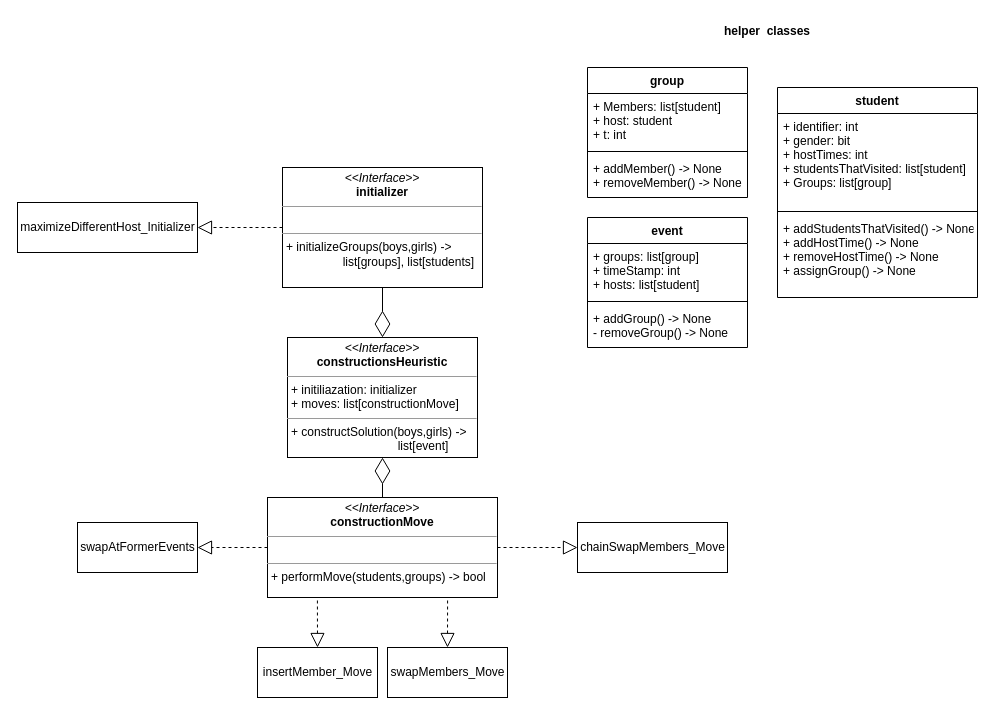
Alexkolby99/DiningWithFriends_Heuristic keeps this draw.io diagram as overview.drawio. Above is the earlier version. Source tidied: cells renumbered, new cells numbered last; positions are measured from the earlier drawing's top-left corner, leaving out a move shared by most shapes. Both pictures are drawn from the tidied source at 100%, with x=0, y=0 at pixel (17, 17).
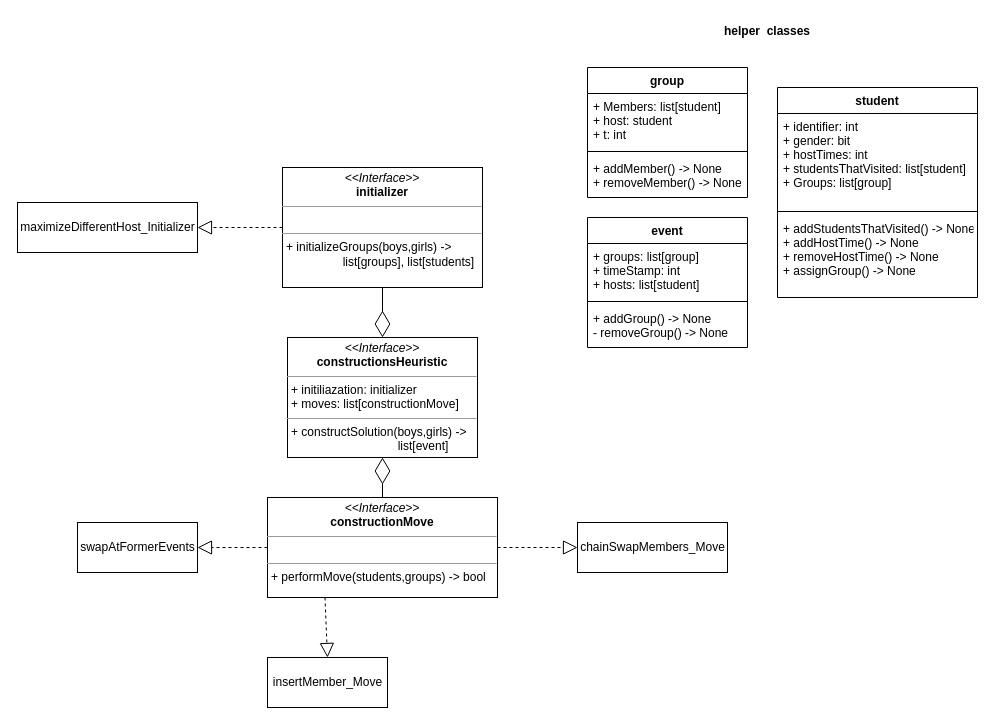
The same diagram, later.

The change refers to these unchanged cells:
```xml
<mxCell id="14" value="&lt;p style=&quot;margin:0px;margin-top:4px;text-align:center;&quot;&gt;&lt;i&gt;&amp;lt;&amp;lt;Interface&amp;gt;&amp;gt;&lt;/i&gt;&lt;br&gt;&lt;b&gt;constructionMove&lt;/b&gt;&lt;/p&gt;&lt;hr size=&quot;1&quot;&gt;&lt;p style=&quot;margin:0px;margin-left:4px;&quot;&gt;&lt;br&gt;&lt;/p&gt;&lt;hr size=&quot;1&quot;&gt;&lt;p style=&quot;margin:0px;margin-left:4px;&quot;&gt;+ performMove(students,groups)&lt;span style=&quot;background-color: initial;&quot;&gt;&amp;nbsp;-&amp;gt; bool&lt;/span&gt;&lt;/p&gt;" style="verticalAlign=top;align=left;overflow=fill;fontSize=12;fontFamily=Helvetica;html=1;" parent="1" vertex="1">
  <mxGeometry x="250" y="480" width="230" height="100" as="geometry" />
</mxCell>
```

Diff of the diagram source:
```diff
@@
     <mxCell id="22" value="insertMember_Move" style="html=1;" parent="1" vertex="1">
-      <mxGeometry x="240" y="630" width="120" height="50" as="geometry" />
+      <mxGeometry x="250" y="640" width="120" height="50" as="geometry" />
     </mxCell>
-    <mxCell id="23" style="endArrow=block;dashed=1;endFill=0;endSize=12;html=1;entryX=0.5;entryY=0;entryDx=0;entryDy=0;exitX=0.217;exitY=1.03;exitDx=0;exitDy=0;exitPerimeter=0;" parent="1" edge="1" source="14" target="22">
+    <mxCell id="23" style="endArrow=block;dashed=1;endFill=0;endSize=12;html=1;exitX=0.25;exitY=1;exitDx=0;exitDy=0;entryX=0.5;entryY=0;entryDx=0;entryDy=0;" parent="1" edge="1" source="14" target="22">
       <mxGeometry relative="1" as="geometry" />
     </mxCell>
-    <mxCell id="24" value="swapMembers_Move" style="html=1;" parent="1" vertex="1">
-      <mxGeometry x="370" y="630" width="120" height="50" as="geometry" />
-    </mxCell>
-    <mxCell id="25" style="endArrow=block;dashed=1;endFill=0;endSize=12;html=1;entryX=0.5;entryY=0;entryDx=0;entryDy=0;exitX=0.783;exitY=1.03;exitDx=0;exitDy=0;exitPerimeter=0;" parent="1" edge="1" source="14" target="24">
-      <mxGeometry relative="1" as="geometry" />
-    </mxCell>
```
